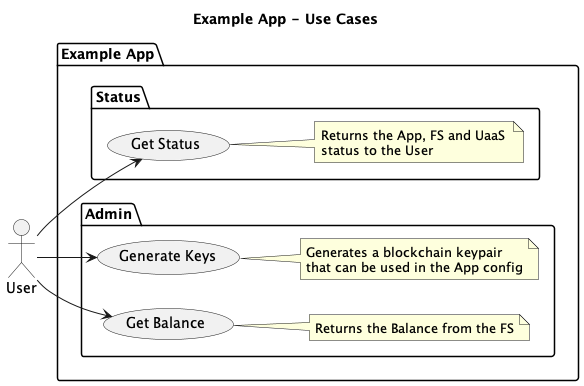
This is docs/diagrams/app_usecases.png from nchain-innovation/overlay-network, a PlantUML export, as it was before one commit.
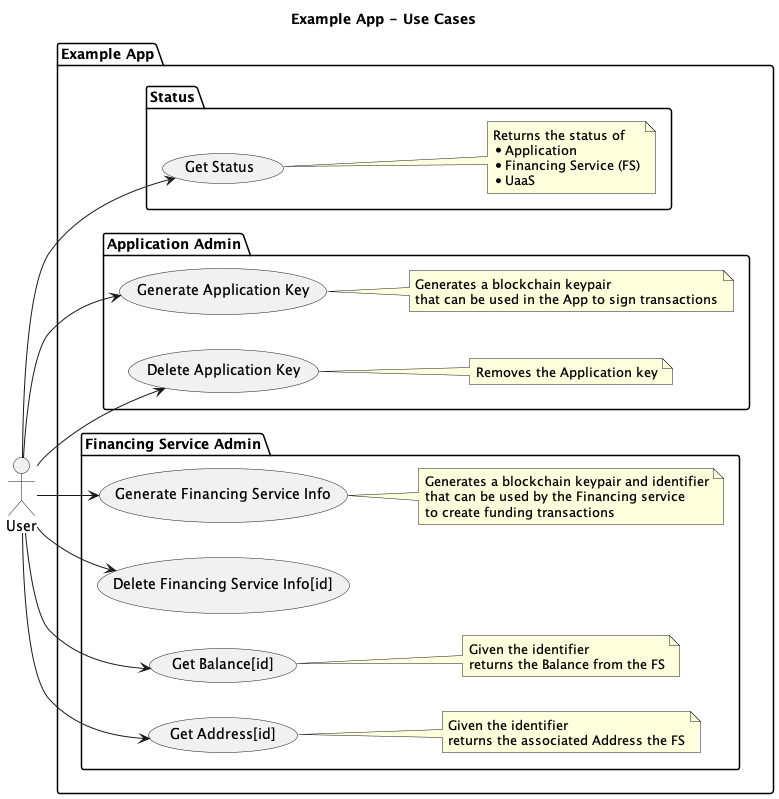
After the change.

Diff of the diagram source:
```diff
@@ -8,20 +8,45 @@
     package Status {
         User --> (Get Status)
         note right
-        Returns the App, FS and UaaS
-        status to the User
+        Returns the status of
+        * Application
+        * Financing Service (FS)
+        * UaaS
         end note
     }
-    package Admin {
-        User --> (Generate Keys)
+    package "Application Admin" {
+        User --> (Generate Application Key)
         note right
         Generates a blockchain keypair
-        that can be used in the App config
+        that can be used in the App to sign transactions
         end note
 
-        User --> (Get Balance)
+        User --> (Delete Application Key)
         note right
-        Returns the Balance from the FS
+        Removes the Application key
+        end note
+    }
+
+    package "Financing Service Admin" {
+
+        User --> (Generate Financing Service Info)
+        note right
+        Generates a blockchain keypair and identifier
+        that can be used by the Financing service
+        to create funding transactions
+        end note
+
+        User --> (Delete Financing Service Info[id])
+
+        User --> (Get Balance[id])
+        note right
+        Given the identifier
+        returns the Balance from the FS
+        end note
+        User --> (Get Address[id])
+        note right
+        Given the identifier
+        returns the associated Address the FS
         end note
 
     }
```
